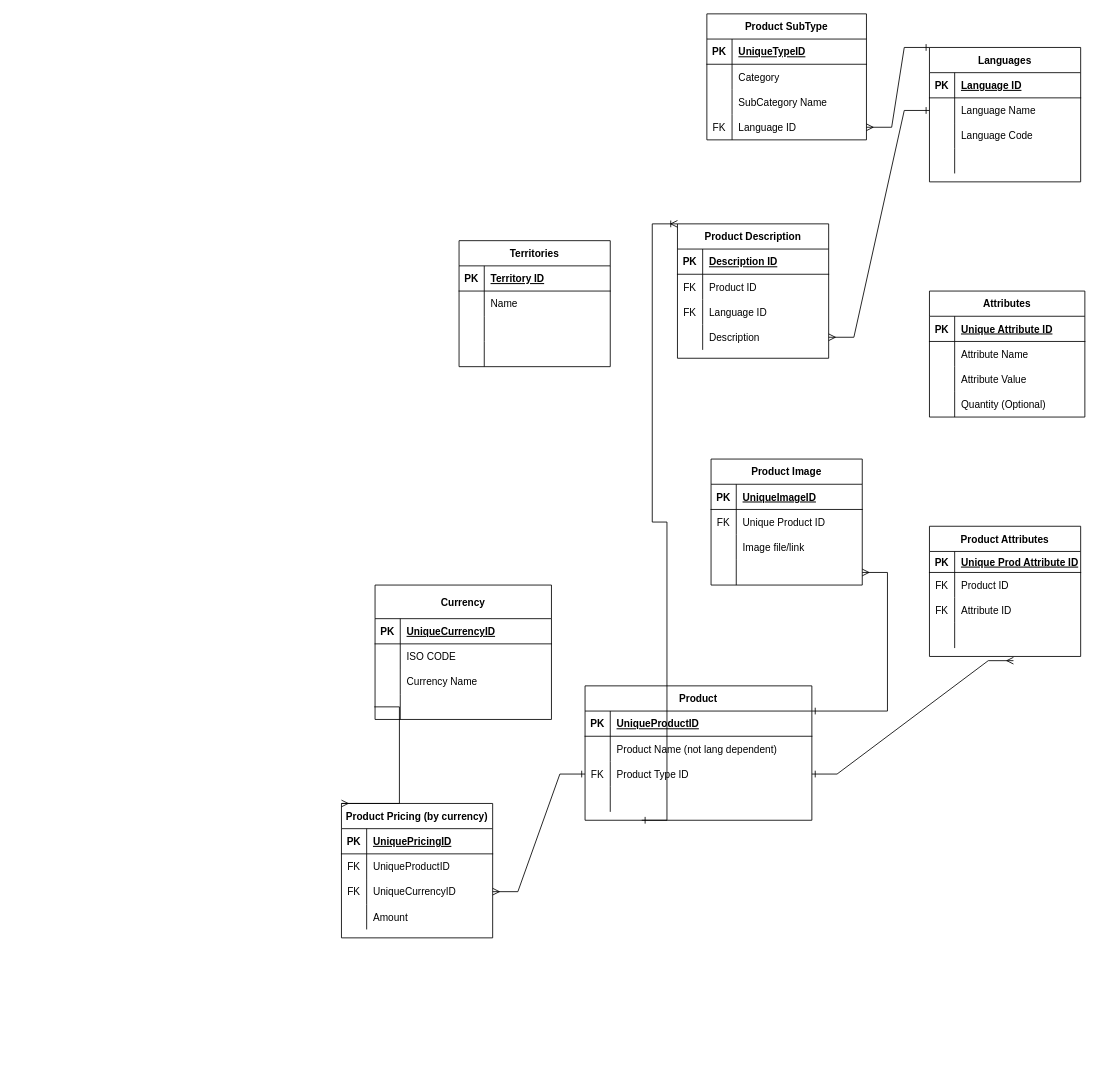
Before: Untitled Diagram.drawio in eccelm/database-diagrams, a draw.io diagram. Source tidied: cells renumbered, new cells numbered last; positions are measured from the earlier drawing's top-left corner, leaving out a move shared by most shapes. Both pictures are drawn from the tidied source at 84%, with x=0, y=0 at pixel (341, 13).
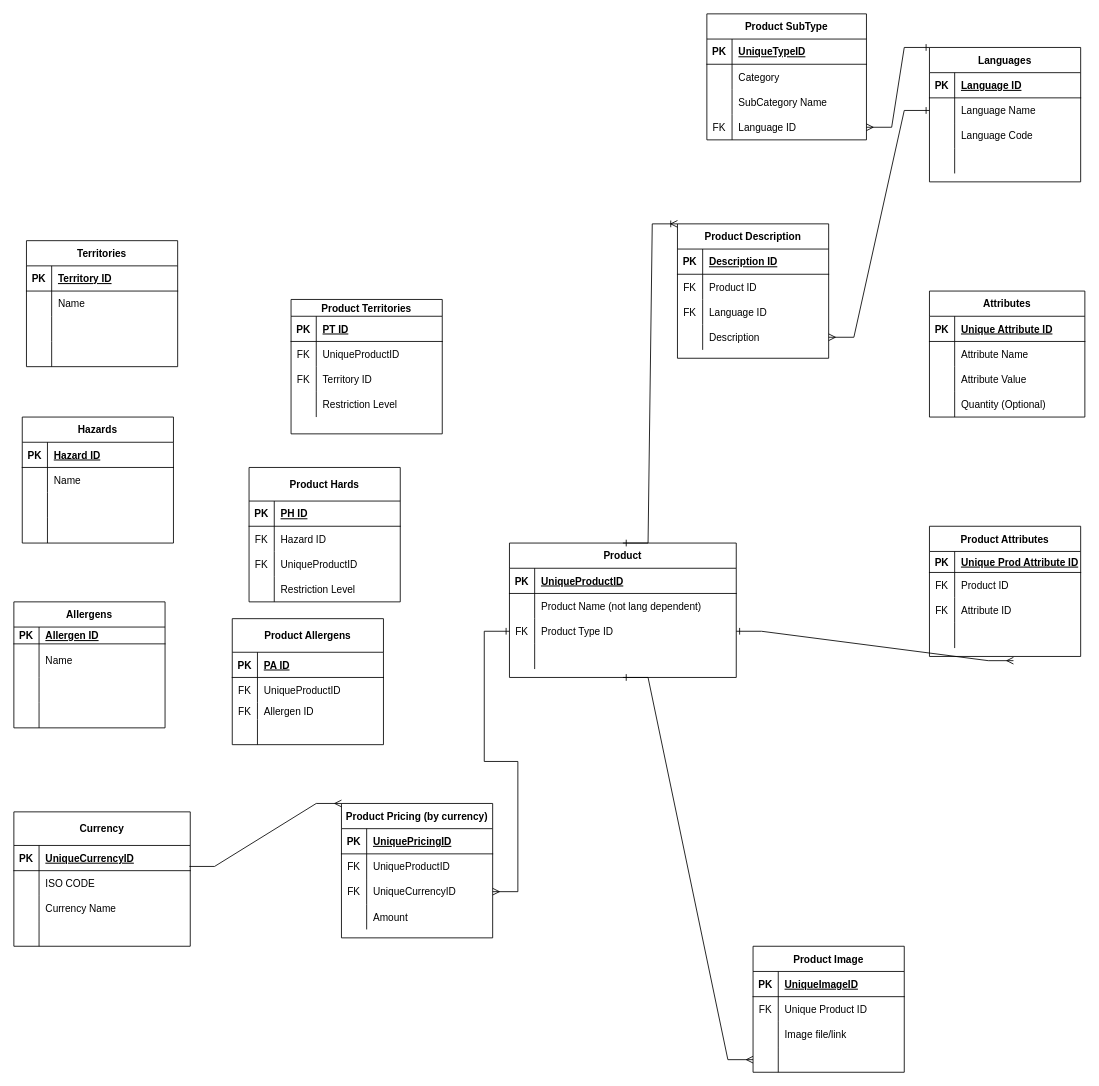
After the change.

The change refers to these unchanged cells:
```xml
<mxCell id="32" style="shape=partialRectangle;fillColor=none;top=0;left=0;bottom=0;right=0;points=[[0,0.5],[1,0.5]];portConstraint=eastwest;" parent="28" vertex="1">
  <mxGeometry y="70" width="210" height="30" as="geometry" />
</mxCell>
<mxCell id="41" value="Product Pricing (by currency)" style="shape=table;startSize=30;childLayout=tableLayout;rowLines=0;fontStyle=1;align=center;" parent="1" vertex="1">
  <mxGeometry y="940" width="180" height="160" as="geometry" />
</mxCell>
<mxCell id="64" style="shape=partialRectangle;fillColor=none;top=0;left=0;bottom=0;right=0;points=[[0,0.5],[1,0.5]];portConstraint=eastwest;" parent="54" vertex="1">
  <mxGeometry y="120" width="180" height="30" as="geometry" />
</mxCell>
<mxCell id="83" value="Product Description" style="shape=table;startSize=30;childLayout=tableLayout;rowLines=0;fontStyle=1;align=center;" parent="1" vertex="1">
  <mxGeometry x="400" y="250" width="180" height="160" as="geometry" />
</mxCell>
```

Change to the diagram source:
```diff
@@
     <mxCell id="2" value="Product" style="shape=table;startSize=30;childLayout=tableLayout;rowLines=0;fontStyle=1;align=center;" parent="1" vertex="1">
-      <mxGeometry x="290" y="800" width="270" height="160" as="geometry" />
+      <mxGeometry x="200" y="630" width="270" height="160" as="geometry" />
     </mxCell>
@@
     <mxCell id="28" value="Currency" style="shape=table;startSize=40;childLayout=tableLayout;rowLines=0;fontStyle=1;align=center;" parent="1" vertex="1">
-      <mxGeometry x="40" y="680" width="210" height="160" as="geometry" />
+      <mxGeometry x="-390" y="950" width="210" height="160" as="geometry" />
     </mxCell>
@@
     <mxCell id="54" value="Product Image" style="shape=table;startSize=30;childLayout=tableLayout;rowLines=0;fontStyle=1;align=center;" parent="1" vertex="1">
-      <mxGeometry x="440" y="530" width="180" height="150" as="geometry" />
+      <mxGeometry x="490" y="1110" width="180" height="150" as="geometry" />
     </mxCell>
@@
-    <mxCell id="80" style="edgeStyle=entityRelationEdgeStyle;fontSize=12;html=1;endArrow=ERmany;rounded=0;startArrow=ERone;startFill=0;" parent="1" edge="1" target="64">
-      <mxGeometry relative="1" as="geometry">
-        <mxPoint x="560" y="830" as="sourcePoint" />
-      </mxGeometry>
+    <mxCell id="80" style="edgeStyle=entityRelationEdgeStyle;fontSize=12;html=1;endArrow=ERmany;rounded=0;startArrow=ERone;startFill=0;exitX=0.5;exitY=1;exitDx=0;exitDy=0;" parent="1" edge="1" source="2" target="64">
+      <mxGeometry relative="1" as="geometry" />
     </mxCell>
@@
-    <mxCell id="82" style="edgeStyle=entityRelationEdgeStyle;fontSize=12;html=1;endArrow=ERmany;rounded=0;entryX=0;entryY=0;entryDx=0;entryDy=0;exitX=0;exitY=0.5;exitDx=0;exitDy=0;" parent="1" edge="1" target="41">
-      <mxGeometry relative="1" as="geometry">
-        <mxPoint x="39" y="825" as="sourcePoint" />
-      </mxGeometry>
+    <mxCell id="82" style="edgeStyle=entityRelationEdgeStyle;fontSize=12;html=1;endArrow=ERmany;rounded=0;entryX=0;entryY=0;entryDx=0;entryDy=0;exitX=0.995;exitY=-0.167;exitDx=0;exitDy=0;exitPerimeter=0;" parent="1" edge="1" source="32" target="41">
+      <mxGeometry relative="1" as="geometry" />
     </mxCell>
@@
-    <mxCell id="96" style="edgeStyle=entityRelationEdgeStyle;fontSize=12;html=1;endArrow=ERoneToMany;rounded=0;exitX=0.25;exitY=1;exitDx=0;exitDy=0;entryX=0;entryY=0;entryDx=0;entryDy=0;startArrow=ERone;startFill=0;" parent="1" edge="1" source="2" target="83">
+    <mxCell id="96" style="edgeStyle=entityRelationEdgeStyle;fontSize=12;html=1;endArrow=ERoneToMany;rounded=0;exitX=0.5;exitY=0;exitDx=0;exitDy=0;entryX=0;entryY=0;entryDx=0;entryDy=0;startArrow=ERone;startFill=0;" parent="1" edge="1" source="2" target="83">
       <mxGeometry relative="1" as="geometry" />
     </mxCell>
@@
     <mxCell id="126" value="Territories" style="shape=table;startSize=30;childLayout=tableLayout;rowLines=0;fontStyle=1;align=center;" parent="1" vertex="1">
-      <mxGeometry x="140" y="270" width="180" height="150" as="geometry" />
+      <mxGeometry x="-375" y="270" width="180" height="150" as="geometry" />
     </mxCell>
@@
+    <mxCell id="139" value="Hazards" style="shape=table;startSize=30;childLayout=tableLayout;rowLines=0;fontStyle=1;align=center;" parent="1" vertex="1">
+      <mxGeometry x="-380" y="480" width="180" height="150" as="geometry" />
+    </mxCell>
+    <mxCell id="140" style="shape=partialRectangle;fillColor=none;top=0;left=0;bottom=1;right=0;" parent="139" vertex="1">
+      <mxGeometry y="30" width="180" height="30" as="geometry" />
+    </mxCell>
+    <mxCell id="141" value="PK" style="shape=partialRectangle;fillColor=none;top=0;left=0;bottom=0;right=0;fontStyle=1;overflow=hidden;" parent="140" vertex="1">
+      <mxGeometry width="30" height="30" as="geometry" />
+    </mxCell>
+    <mxCell id="142" value="Hazard ID" style="shape=partialRectangle;fillColor=none;top=0;left=0;bottom=0;right=0;align=left;spacingLeft=6;fontStyle=5;overflow=hidden;" parent="140" vertex="1">
+      <mxGeometry x="30" width="150" height="30" as="geometry" />
+    </mxCell>
+    <mxCell id="143" style="shape=partialRectangle;fillColor=none;top=0;left=0;bottom=0;right=0;" parent="139" vertex="1">
+      <mxGeometry y="60" width="180" height="30" as="geometry" />
+    </mxCell>
+    <mxCell id="144" style="shape=partialRectangle;fillColor=none;top=0;left=0;bottom=0;right=0;overflow=hidden;" parent="143" vertex="1">
+      <mxGeometry width="30" height="30" as="geometry" />
+    </mxCell>
+    <mxCell id="145" value="Name" style="shape=partialRectangle;fillColor=none;top=0;left=0;bottom=0;right=0;align=left;spacingLeft=6;overflow=hidden;" parent="143" vertex="1">
+      <mxGeometry x="30" width="150" height="30" as="geometry" />
+    </mxCell>
+    <mxCell id="146" style="shape=partialRectangle;fillColor=none;top=0;left=0;bottom=0;right=0;" parent="139" vertex="1">
+      <mxGeometry y="90" width="180" height="30" as="geometry" />
+    </mxCell>
+    <mxCell id="147" style="shape=partialRectangle;fillColor=none;top=0;left=0;bottom=0;right=0;overflow=hidden;" parent="146" vertex="1">
+      <mxGeometry width="30" height="30" as="geometry" />
+    </mxCell>
+    <mxCell id="148" style="shape=partialRectangle;fillColor=none;top=0;left=0;bottom=0;right=0;align=left;spacingLeft=6;overflow=hidden;" parent="146" vertex="1">
+      <mxGeometry x="30" width="150" height="30" as="geometry" />
+    </mxCell>
+    <mxCell id="149" style="shape=partialRectangle;fillColor=none;top=0;left=0;bottom=0;right=0;" parent="139" vertex="1">
+      <mxGeometry y="120" width="180" height="30" as="geometry" />
+    </mxCell>
+    <mxCell id="150" style="shape=partialRectangle;fillColor=none;top=0;left=0;bottom=0;right=0;overflow=hidden;" parent="149" vertex="1">
+      <mxGeometry width="30" height="30" as="geometry" />
+    </mxCell>
+    <mxCell id="151" style="shape=partialRectangle;fillColor=none;top=0;left=0;bottom=0;right=0;align=left;spacingLeft=6;overflow=hidden;" parent="149" vertex="1">
+      <mxGeometry x="30" width="150" height="30" as="geometry" />
+    </mxCell>
+    <mxCell id="152" value="Allergens" style="shape=table;startSize=30;childLayout=tableLayout;rowLines=0;fontStyle=1;align=center;" parent="1" vertex="1">
+      <mxGeometry x="-390" y="700" width="180" height="150" as="geometry" />
+    </mxCell>
+    <mxCell id="153" style="shape=partialRectangle;fillColor=none;top=0;left=0;bottom=1;right=0;" parent="152" vertex="1">
+      <mxGeometry y="30" width="180" height="20" as="geometry" />
+    </mxCell>
+    <mxCell id="154" value="PK" style="shape=partialRectangle;fillColor=none;top=0;left=0;bottom=0;right=0;fontStyle=1;overflow=hidden;" parent="153" vertex="1">
+      <mxGeometry width="30" height="20" as="geometry" />
+    </mxCell>
+    <mxCell id="155" value="Allergen ID" style="shape=partialRectangle;fillColor=none;top=0;left=0;bottom=0;right=0;align=left;spacingLeft=6;fontStyle=5;overflow=hidden;" parent="153" vertex="1">
+      <mxGeometry x="30" width="150" height="20" as="geometry" />
+    </mxCell>
+    <mxCell id="156" style="shape=partialRectangle;fillColor=none;top=0;left=0;bottom=0;right=0;" parent="152" vertex="1">
+      <mxGeometry y="50" width="180" height="40" as="geometry" />
+    </mxCell>
+    <mxCell id="157" style="shape=partialRectangle;fillColor=none;top=0;left=0;bottom=0;right=0;overflow=hidden;" parent="156" vertex="1">
+      <mxGeometry width="30" height="40" as="geometry" />
+    </mxCell>
+    <mxCell id="158" value="Name" style="shape=partialRectangle;fillColor=none;top=0;left=0;bottom=0;right=0;align=left;spacingLeft=6;overflow=hidden;" parent="156" vertex="1">
+      <mxGeometry x="30" width="150" height="40" as="geometry" />
+    </mxCell>
+    <mxCell id="159" style="shape=partialRectangle;fillColor=none;top=0;left=0;bottom=0;right=0;" parent="152" vertex="1">
+      <mxGeometry y="90" width="180" height="30" as="geometry" />
+    </mxCell>
+    <mxCell id="160" style="shape=partialRectangle;fillColor=none;top=0;left=0;bottom=0;right=0;overflow=hidden;" parent="159" vertex="1">
+      <mxGeometry width="30" height="30" as="geometry" />
+    </mxCell>
+    <mxCell id="161" style="shape=partialRectangle;fillColor=none;top=0;left=0;bottom=0;right=0;align=left;spacingLeft=6;overflow=hidden;" parent="159" vertex="1">
+      <mxGeometry x="30" width="150" height="30" as="geometry" />
+    </mxCell>
+    <mxCell id="162" style="shape=partialRectangle;fillColor=none;top=0;left=0;bottom=0;right=0;" parent="152" vertex="1">
+      <mxGeometry y="120" width="180" height="30" as="geometry" />
+    </mxCell>
+    <mxCell id="163" style="shape=partialRectangle;fillColor=none;top=0;left=0;bottom=0;right=0;overflow=hidden;" parent="162" vertex="1">
+      <mxGeometry width="30" height="30" as="geometry" />
+    </mxCell>
+    <mxCell id="164" style="shape=partialRectangle;fillColor=none;top=0;left=0;bottom=0;right=0;align=left;spacingLeft=6;overflow=hidden;" parent="162" vertex="1">
+      <mxGeometry x="30" width="150" height="30" as="geometry" />
+    </mxCell>
+    <mxCell id="165" value="Product Territories" style="shape=table;startSize=20;childLayout=tableLayout;rowLines=0;fontStyle=1;align=center;" parent="1" vertex="1">
+      <mxGeometry x="-60" y="340" width="180" height="160" as="geometry" />
+    </mxCell>
+    <mxCell id="166" style="shape=partialRectangle;fillColor=none;top=0;left=0;bottom=1;right=0;" parent="165" vertex="1">
+      <mxGeometry y="20" width="180" height="30" as="geometry" />
+    </mxCell>
+    <mxCell id="167" value="PK" style="shape=partialRectangle;fillColor=none;top=0;left=0;bottom=0;right=0;fontStyle=1;overflow=hidden;" parent="166" vertex="1">
+      <mxGeometry width="30" height="30" as="geometry" />
+    </mxCell>
+    <mxCell id="168" value="PT ID" style="shape=partialRectangle;fillColor=none;top=0;left=0;bottom=0;right=0;align=left;spacingLeft=6;fontStyle=5;overflow=hidden;" parent="166" vertex="1">
+      <mxGeometry x="30" width="150" height="30" as="geometry" />
+    </mxCell>
+    <mxCell id="169" style="shape=partialRectangle;fillColor=none;top=0;left=0;bottom=0;right=0;" parent="165" vertex="1">
+      <mxGeometry y="50" width="180" height="30" as="geometry" />
+    </mxCell>
+    <mxCell id="170" value="FK" style="shape=partialRectangle;fillColor=none;top=0;left=0;bottom=0;right=0;overflow=hidden;" parent="169" vertex="1">
+      <mxGeometry width="30" height="30" as="geometry" />
+    </mxCell>
+    <mxCell id="171" value="UniqueProductID" style="shape=partialRectangle;fillColor=none;top=0;left=0;bottom=0;right=0;align=left;spacingLeft=6;overflow=hidden;" parent="169" vertex="1">
+      <mxGeometry x="30" width="150" height="30" as="geometry" />
+    </mxCell>
+    <mxCell id="172" style="shape=partialRectangle;fillColor=none;top=0;left=0;bottom=0;right=0;" parent="165" vertex="1">
+      <mxGeometry y="80" width="180" height="30" as="geometry" />
+    </mxCell>
+    <mxCell id="173" value="FK" style="shape=partialRectangle;fillColor=none;top=0;left=0;bottom=0;right=0;overflow=hidden;" parent="172" vertex="1">
+      <mxGeometry width="30" height="30" as="geometry" />
+    </mxCell>
+    <mxCell id="174" value="Territory ID" style="shape=partialRectangle;fillColor=none;top=0;left=0;bottom=0;right=0;align=left;spacingLeft=6;overflow=hidden;" parent="172" vertex="1">
+      <mxGeometry x="30" width="150" height="30" as="geometry" />
+    </mxCell>
+    <mxCell id="175" style="shape=partialRectangle;fillColor=none;top=0;left=0;bottom=0;right=0;" parent="165" vertex="1">
+      <mxGeometry y="110" width="180" height="30" as="geometry" />
+    </mxCell>
+    <mxCell id="176" style="shape=partialRectangle;fillColor=none;top=0;left=0;bottom=0;right=0;overflow=hidden;" parent="175" vertex="1">
+      <mxGeometry width="30" height="30" as="geometry" />
+    </mxCell>
+    <mxCell id="177" value="Restriction Level" style="shape=partialRectangle;fillColor=none;top=0;left=0;bottom=0;right=0;align=left;spacingLeft=6;overflow=hidden;" parent="175" vertex="1">
+      <mxGeometry x="30" width="150" height="30" as="geometry" />
+    </mxCell>
+    <mxCell id="178" value="Product Hards" style="shape=table;startSize=40;childLayout=tableLayout;rowLines=0;fontStyle=1;align=center;" parent="1" vertex="1">
+      <mxGeometry x="-110" y="540" width="180" height="160" as="geometry" />
+    </mxCell>
+    <mxCell id="179" style="shape=partialRectangle;fillColor=none;top=0;left=0;bottom=1;right=0;" parent="178" vertex="1">
+      <mxGeometry y="40" width="180" height="30" as="geometry" />
+    </mxCell>
+    <mxCell id="180" value="PK" style="shape=partialRectangle;fillColor=none;top=0;left=0;bottom=0;right=0;fontStyle=1;overflow=hidden;" parent="179" vertex="1">
+      <mxGeometry width="30" height="30" as="geometry" />
+    </mxCell>
+    <mxCell id="181" value="PH ID" style="shape=partialRectangle;fillColor=none;top=0;left=0;bottom=0;right=0;align=left;spacingLeft=6;fontStyle=5;overflow=hidden;" parent="179" vertex="1">
+      <mxGeometry x="30" width="150" height="30" as="geometry" />
+    </mxCell>
+    <mxCell id="182" style="shape=partialRectangle;fillColor=none;top=0;left=0;bottom=0;right=0;" parent="178" vertex="1">
+      <mxGeometry y="70" width="180" height="30" as="geometry" />
+    </mxCell>
+    <mxCell id="183" value="FK" style="shape=partialRectangle;fillColor=none;top=0;left=0;bottom=0;right=0;overflow=hidden;" parent="182" vertex="1">
+      <mxGeometry width="30" height="30" as="geometry" />
+    </mxCell>
+    <mxCell id="184" value="Hazard ID" style="shape=partialRectangle;fillColor=none;top=0;left=0;bottom=0;right=0;align=left;spacingLeft=6;overflow=hidden;" parent="182" vertex="1">
+      <mxGeometry x="30" width="150" height="30" as="geometry" />
+    </mxCell>
+    <mxCell id="185" style="shape=partialRectangle;fillColor=none;top=0;left=0;bottom=0;right=0;" parent="178" vertex="1">
+      <mxGeometry y="100" width="180" height="30" as="geometry" />
+    </mxCell>
+    <mxCell id="186" value="FK" style="shape=partialRectangle;fillColor=none;top=0;left=0;bottom=0;right=0;overflow=hidden;" parent="185" vertex="1">
+      <mxGeometry width="30" height="30" as="geometry" />
+    </mxCell>
+    <mxCell id="187" value="UniqueProductID" style="shape=partialRectangle;fillColor=none;top=0;left=0;bottom=0;right=0;align=left;spacingLeft=6;overflow=hidden;" parent="185" vertex="1">
+      <mxGeometry x="30" width="150" height="30" as="geometry" />
+    </mxCell>
+    <mxCell id="188" style="shape=partialRectangle;fillColor=none;top=0;left=0;bottom=0;right=0;" parent="178" vertex="1">
+      <mxGeometry y="130" width="180" height="30" as="geometry" />
+    </mxCell>
+    <mxCell id="189" style="shape=partialRectangle;fillColor=none;top=0;left=0;bottom=0;right=0;overflow=hidden;" parent="188" vertex="1">
+      <mxGeometry width="30" height="30" as="geometry" />
+    </mxCell>
+    <mxCell id="190" value="Restriction Level" style="shape=partialRectangle;fillColor=none;top=0;left=0;bottom=0;right=0;align=left;spacingLeft=6;overflow=hidden;" parent="188" vertex="1">
+      <mxGeometry x="30" width="150" height="30" as="geometry" />
+    </mxCell>
+    <mxCell id="191" value="Product Allergens" style="shape=table;startSize=40;childLayout=tableLayout;rowLines=0;fontStyle=1;align=center;" parent="1" vertex="1">
+      <mxGeometry x="-130" y="720" width="180" height="150" as="geometry" />
+    </mxCell>
+    <mxCell id="192" style="shape=partialRectangle;fillColor=none;top=0;left=0;bottom=1;right=0;" parent="191" vertex="1">
+      <mxGeometry y="40" width="180" height="30" as="geometry" />
+    </mxCell>
+    <mxCell id="193" value="PK" style="shape=partialRectangle;fillColor=none;top=0;left=0;bottom=0;right=0;fontStyle=1;overflow=hidden;" parent="192" vertex="1">
+      <mxGeometry width="30" height="30" as="geometry" />
+    </mxCell>
+    <mxCell id="194" value="PA ID" style="shape=partialRectangle;fillColor=none;top=0;left=0;bottom=0;right=0;align=left;spacingLeft=6;fontStyle=5;overflow=hidden;" parent="192" vertex="1">
+      <mxGeometry x="30" width="150" height="30" as="geometry" />
+    </mxCell>
+    <mxCell id="195" style="shape=partialRectangle;fillColor=none;top=0;left=0;bottom=0;right=0;" parent="191" vertex="1">
+      <mxGeometry y="70" width="180" height="30" as="geometry" />
+    </mxCell>
+    <mxCell id="196" value="FK" style="shape=partialRectangle;fillColor=none;top=0;left=0;bottom=0;right=0;overflow=hidden;" parent="195" vertex="1">
+      <mxGeometry width="30" height="30" as="geometry" />
+    </mxCell>
+    <mxCell id="197" value="UniqueProductID" style="shape=partialRectangle;fillColor=none;top=0;left=0;bottom=0;right=0;align=left;spacingLeft=6;overflow=hidden;" parent="195" vertex="1">
+      <mxGeometry x="30" width="150" height="30" as="geometry" />
+    </mxCell>
+    <mxCell id="198" style="shape=partialRectangle;fillColor=none;top=0;left=0;bottom=0;right=0;" parent="191" vertex="1">
+      <mxGeometry y="100" width="180" height="20" as="geometry" />
+    </mxCell>
+    <mxCell id="199" value="FK" style="shape=partialRectangle;fillColor=none;top=0;left=0;bottom=0;right=0;overflow=hidden;" parent="198" vertex="1">
+      <mxGeometry width="30" height="20" as="geometry" />
+    </mxCell>
+    <mxCell id="200" value="Allergen ID" style="shape=partialRectangle;fillColor=none;top=0;left=0;bottom=0;right=0;align=left;spacingLeft=6;overflow=hidden;" parent="198" vertex="1">
+      <mxGeometry x="30" width="150" height="20" as="geometry" />
+    </mxCell>
+    <mxCell id="201" style="shape=partialRectangle;fillColor=none;top=0;left=0;bottom=0;right=0;" parent="191" vertex="1">
+      <mxGeometry y="120" width="180" height="30" as="geometry" />
+    </mxCell>
+    <mxCell id="202" style="shape=partialRectangle;fillColor=none;top=0;left=0;bottom=0;right=0;overflow=hidden;" parent="201" vertex="1">
+      <mxGeometry width="30" height="30" as="geometry" />
+    </mxCell>
+    <mxCell id="203" style="shape=partialRectangle;fillColor=none;top=0;left=0;bottom=0;right=0;align=left;spacingLeft=6;overflow=hidden;" parent="201" vertex="1">
+      <mxGeometry x="30" width="150" height="30" as="geometry" />
+    </mxCell>
```
